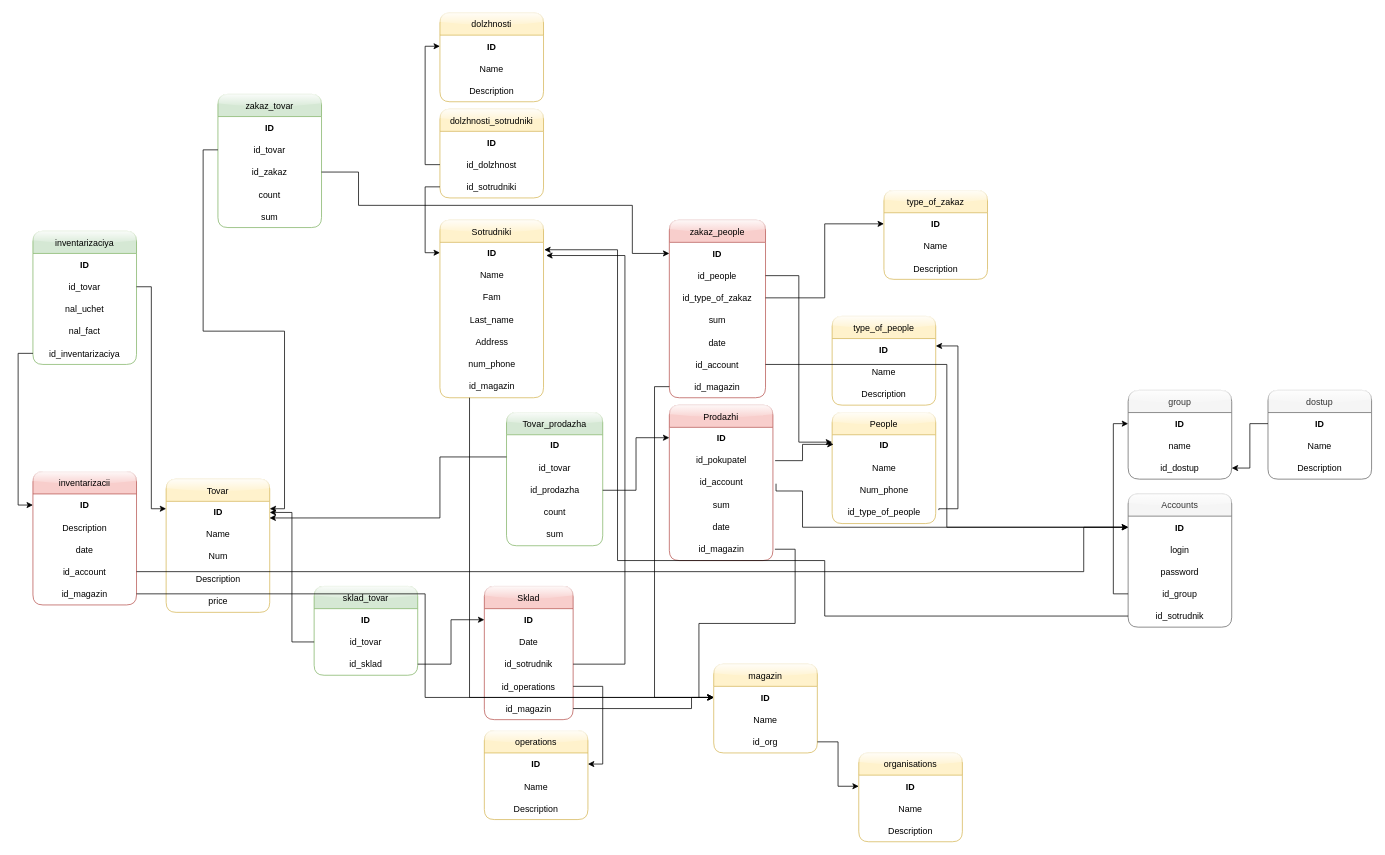
This is Диаграмма без названия.drawio from OGdanik/db_diagrams, a draw.io file, before an edit. Source tidied: cells renumbered, new cells numbered last; positions are measured from the earlier drawing's top-left corner, leaving out a move shared by most shapes. Both pictures are drawn from the tidied source at 74%, with x=0, y=0 at pixel (33, 13).
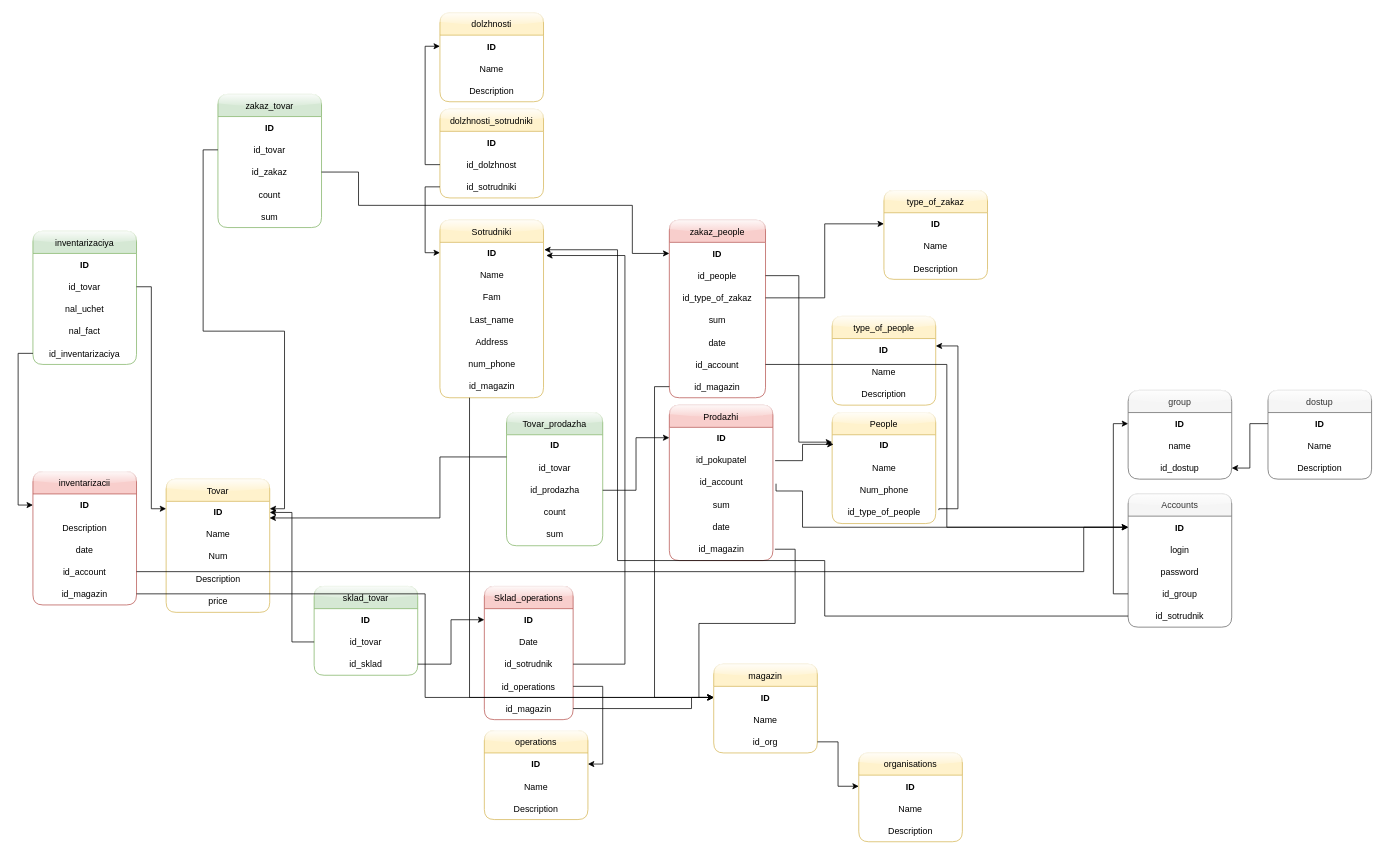
Above is the later version.

The edit, as a diff of the source:
```diff
@@
-    <mxCell id="48" value="Sklad" style="swimlane;fontStyle=0;horizontal=1;startSize=30;rounded=1;shadow=0;glass=1;sketch=0;fillColor=#f8cecc;strokeColor=#b85450;swimlaneFillColor=default;" parent="1" vertex="1">
+    <mxCell id="48" value="Sklad_operations" style="swimlane;fontStyle=0;horizontal=1;startSize=30;rounded=1;shadow=0;glass=1;sketch=0;fillColor=#f8cecc;strokeColor=#b85450;swimlaneFillColor=default;" parent="1" vertex="1">
       <mxGeometry x="610" y="775" width="120" height="180" as="geometry" />
     </mxCell>
```
